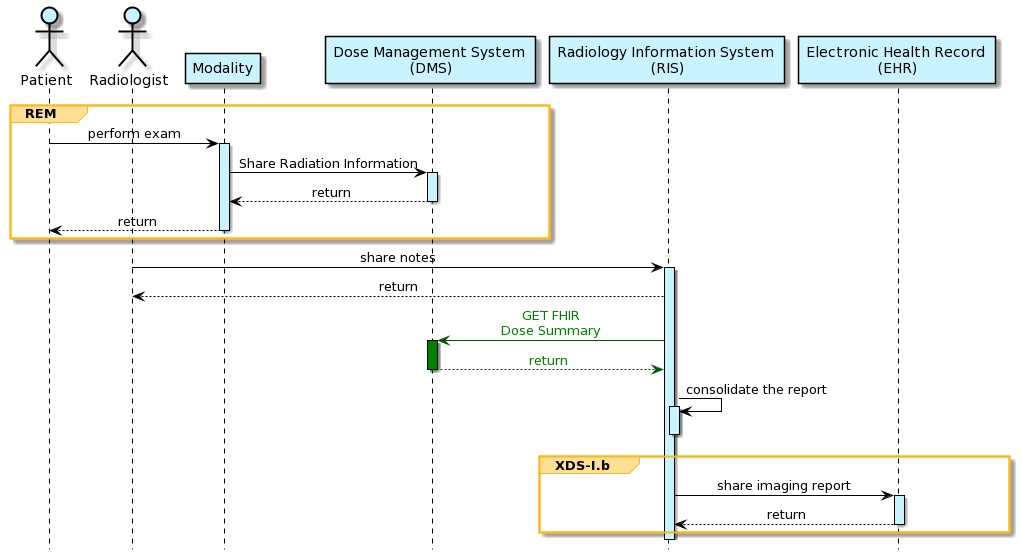
HL7/fhir-radiation-dose-summary-ig keeps this PlantUML diagram as input/images/usecase1.png. Above is the earlier version. Its source is kept beside it as input/images-source/usecase1.plantuml. Source of this version:
```plantuml
@startuml usecase1
hide footbox
skinparam sequenceMessageAlign center
skinparam sequenceGroupBackgroundColor #ffdf96
skinparam sequenceGroupBorderColor #fcb819

skinparam sequence {
ArrowColor Black
LifeLineBorderColor Black
ActorFontColor Black
ActorBorderColor Black
ParticipantBorderColor Black
ParticipantBackgroundColor #c9f4ff
ActorBackgroundColor #c9f4ff
}

actor Patient
actor Radiologist
participant "Modality" as Modality
participant "Dose Management System \n(DMS)" as DMS
participant "Radiology Information System \n(RIS)" as RIS
participant "Electronic Health Record \n(EHR)" as EHR

group REM
  Patient -> Modality : perform exam
  activate Modality #c9f4ff

  Modality -> DMS : Share Radiation Information
  activate DMS  #c9f4ff
  DMS --> Modality : return
  deactivate DMS
  Modality --> Patient: return
  deactivate Modality
end


Radiologist -> RIS: share notes
activate RIS #c9f4ff
RIS --> Radiologist: return


RIS -[#005500]> DMS : <font color=green>GET FHIR\n<font color=green>Dose Summary
activate DMS #green
DMS --[#005500]> RIS : <font color=green>return
deactivate DMS

RIS -> RIS : consolidate the report
activate RIS #c9f4ff
deactivate RIS

group XDS-I.b
   RIS -> EHR : share imaging report
   activate EHR #c9f4ff
   EHR --> RIS : return
   deactivate EHR
end

deactivate RIS
@enduml
```
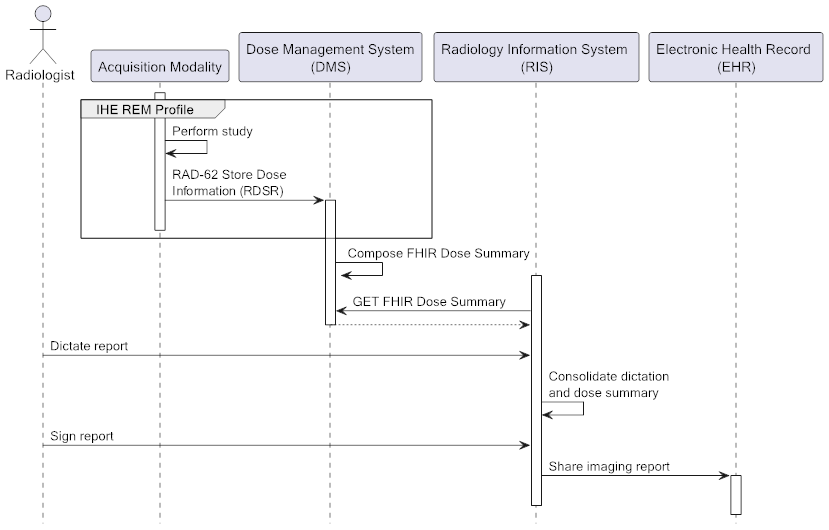
The same file after the commit.

Change to the diagram source:
```diff
@@ -1,59 +1,31 @@
 @startuml usecase1
 hide footbox
-skinparam sequenceMessageAlign center
-skinparam sequenceGroupBackgroundColor #ffdf96
-skinparam sequenceGroupBorderColor #fcb819
 
-skinparam sequence {
-ArrowColor Black
-LifeLineBorderColor Black
-ActorFontColor Black
-ActorBorderColor Black
-ParticipantBorderColor Black
-ParticipantBackgroundColor #c9f4ff
-ActorBackgroundColor #c9f4ff
-}
-
-actor Patient
 actor Radiologist
-participant "Modality" as Modality
-participant "Dose Management System \n(DMS)" as DMS
+participant "Acquisition Modality" as Modality
+participant "Dose Management System\n(DMS)" as DMS
 participant "Radiology Information System \n(RIS)" as RIS
 participant "Electronic Health Record \n(EHR)" as EHR
 
-group REM
-  Patient -> Modality : perform exam
-  activate Modality #c9f4ff
-
-  Modality -> DMS : Share Radiation Information
-  activate DMS  #c9f4ff
-  DMS --> Modality : return
-  deactivate DMS
-  Modality --> Patient: return
+group IHE REM Profile
+  activate Modality
+  Modality -> Modality : Perform study
+  Modality -> DMS : RAD-62 Store Dose\nInformation (RDSR)
+  activate DMS
   deactivate Modality
 end
 
-
-Radiologist -> RIS: share notes
-activate RIS #c9f4ff
-RIS --> Radiologist: return
-
-
-RIS -[#005500]> DMS : <font color=green>GET FHIR\n<font color=green>Dose Summary
-activate DMS #green
-DMS --[#005500]> RIS : <font color=green>return
+DMS -> DMS : Compose FHIR Dose Summary
+activate RIS
+RIS -> DMS : GET FHIR Dose Summary
+DMS --> RIS:
 deactivate DMS
 
-RIS -> RIS : consolidate the report
-activate RIS #c9f4ff
+Radiologist -> RIS: Dictate report
+RIS -> RIS : Consolidate dictation\nand dose summary
+Radiologist -> RIS: Sign report
+RIS -> EHR : Share imaging report
+activate EHR
 deactivate RIS
 
-group XDS-I.b
-   RIS -> EHR : share imaging report
-   activate EHR #c9f4ff
-   EHR --> RIS : return
-   deactivate EHR
-end
-
-deactivate RIS
 @enduml
```
